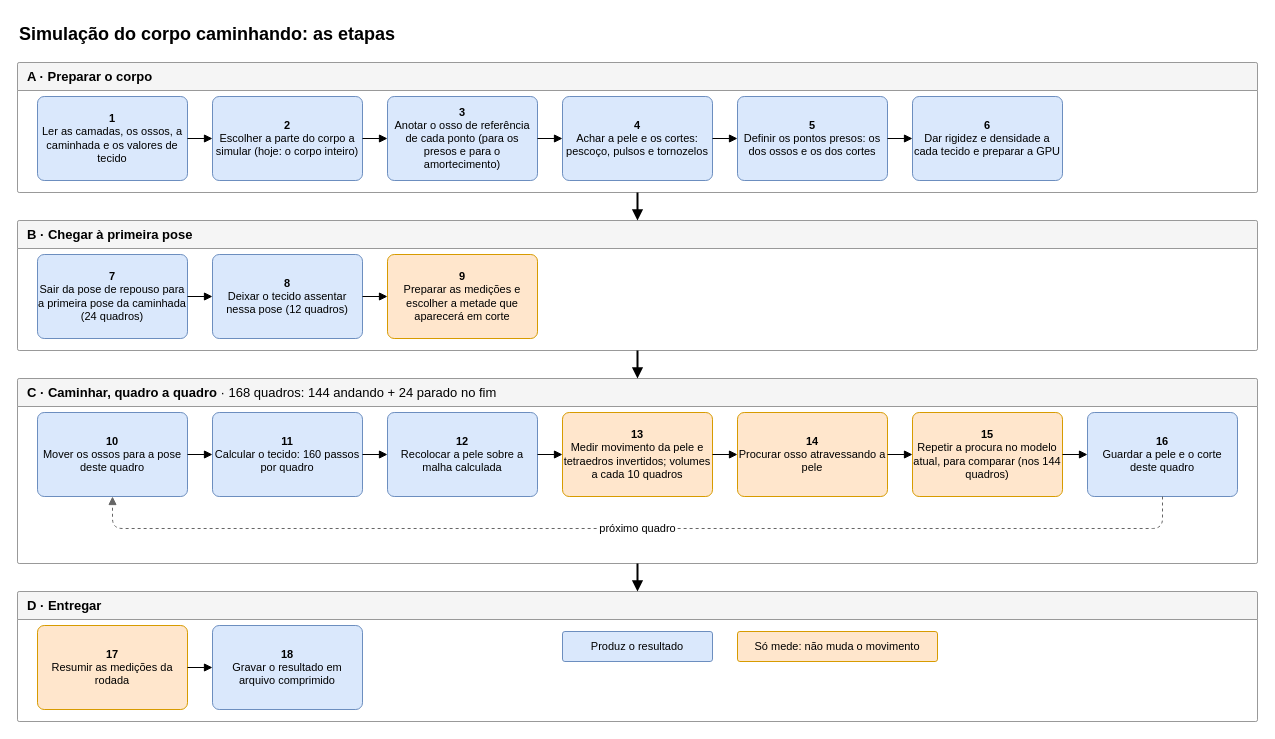
This is human-model/docs/diagrams/01_etapas_da_simulacao.drawio from rafaelchiafarelli/mocap-studio, a draw.io file, before an edit. Source tidied: cells renumbered, new cells numbered last; positions are measured from the earlier drawing's top-left corner, leaving out a move shared by most shapes. Both pictures are drawn from the tidied source at 100%, with x=0, y=0 at pixel (17, 17).
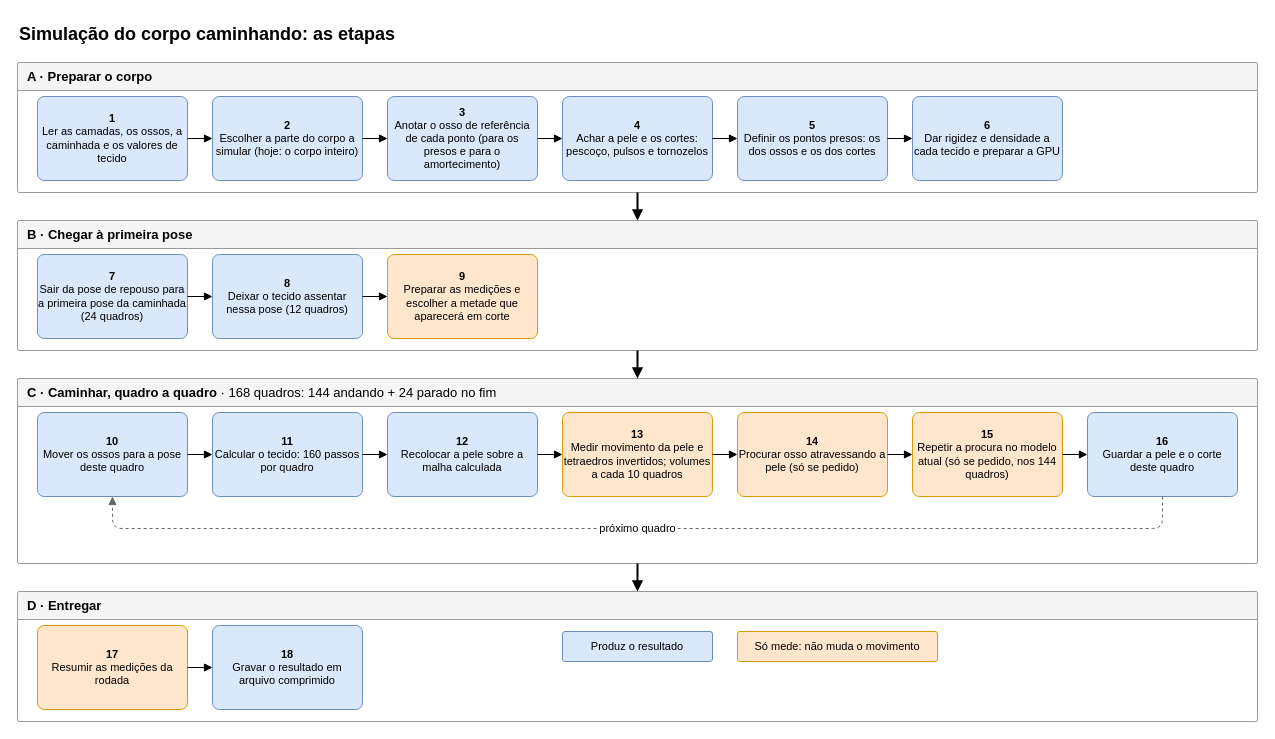
After the change.

What changed in the source:
```diff
@@
-    <mxCell id="29" value="&lt;b&gt;14&lt;/b&gt;&lt;br&gt;Procurar osso atravessando a pele" style="rounded=1;whiteSpace=wrap;html=1;arcSize=8;fontSize=11;fillColor=#ffe6cc;strokeColor=#d79b00;" parent="1" vertex="1">
+    <mxCell id="29" value="&lt;b&gt;14&lt;/b&gt;&lt;br&gt;Procurar osso atravessando a pele (só se pedido)" style="rounded=1;whiteSpace=wrap;html=1;arcSize=8;fontSize=11;fillColor=#ffe6cc;strokeColor=#d79b00;" parent="1" vertex="1">
       <mxGeometry x="720" y="395" width="150" height="84" as="geometry" />
     </mxCell>
@@
-    <mxCell id="31" value="&lt;b&gt;15&lt;/b&gt;&lt;br&gt;Repetir a procura no modelo atual, para comparar (nos 144 quadros)" style="rounded=1;whiteSpace=wrap;html=1;arcSize=8;fontSize=11;fillColor=#ffe6cc;strokeColor=#d79b00;" parent="1" vertex="1">
+    <mxCell id="31" value="&lt;b&gt;15&lt;/b&gt;&lt;br&gt;Repetir a procura no modelo atual (só se pedido, nos 144 quadros)" style="rounded=1;whiteSpace=wrap;html=1;arcSize=8;fontSize=11;fillColor=#ffe6cc;strokeColor=#d79b00;" parent="1" vertex="1">
       <mxGeometry x="895" y="395" width="150" height="84" as="geometry" />
     </mxCell>
```
